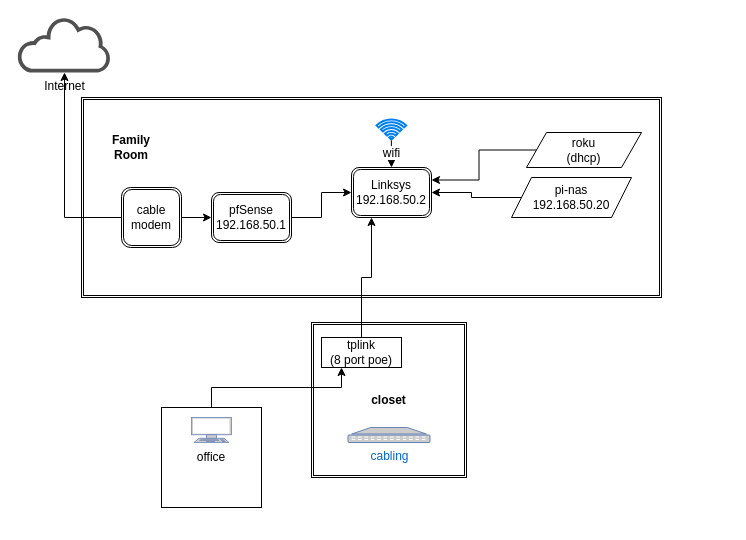
The draw.io diagram page "current" (1 of 2) of files/home_network_diagram.drawio in nag-champa/ansible_home_network, before the edit. Source tidied: cells renumbered, new cells numbered last; positions are measured from the earlier drawing's top-left corner, leaving out a move shared by most shapes. Both pictures are drawn from the tidied source at 100%, with x=0, y=0 at pixel (17, 17).
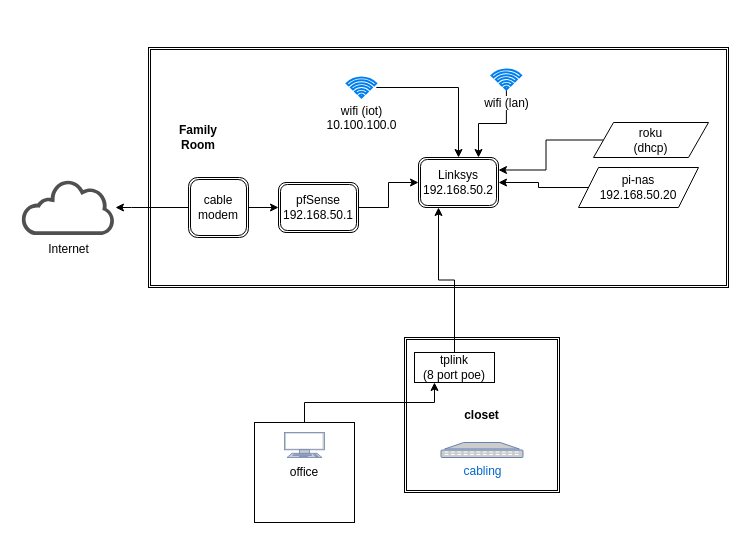
Above is the later version.

Commit message:
added iot wifi network

Change to the diagram source:
```diff
@@
     <mxCell id="2" style="shape=ext;double=1;rounded=0;whiteSpace=wrap;html=1;align=left;" parent="1" vertex="1">
-      <mxGeometry x="64" y="80" width="580" height="200" as="geometry" />
+      <mxGeometry x="131" y="30" width="580" height="240" as="geometry" />
     </mxCell>
     <mxCell id="3" value="&lt;b&gt;closet&lt;/b&gt;" style="shape=ext;double=1;whiteSpace=wrap;html=1;" parent="1" vertex="1">
-      <mxGeometry x="294" y="305" width="155" height="155" as="geometry" />
+      <mxGeometry x="387" y="320" width="155" height="155" as="geometry" />
     </mxCell>
@@
     <mxCell id="5" style="edgeStyle=orthogonalEdgeStyle;rounded=0;jettySize=auto;html=1;" parent="1" edge="1" source="6" target="20">
       <mxGeometry relative="1" as="geometry">
         <Array as="points">
-          <mxPoint x="47" y="200" />
+          <mxPoint x="114" y="190" />
         </Array>
       </mxGeometry>
     </mxCell>
     <mxCell id="6" value="cable&lt;br&gt;modem" style="shape=ext;double=1;rounded=1;whiteSpace=wrap;html=1;" parent="1" vertex="1">
-      <mxGeometry x="104" y="170" width="60" height="60" as="geometry" />
+      <mxGeometry x="171" y="160" width="60" height="60" as="geometry" />
     </mxCell>
@@
     <mxCell id="8" value="pfSense&lt;br&gt;192.168.50.1" style="shape=ext;double=1;rounded=1;whiteSpace=wrap;html=1;" parent="1" vertex="1">
-      <mxGeometry x="194" y="175" width="80" height="50" as="geometry" />
+      <mxGeometry x="261" y="165" width="80" height="50" as="geometry" />
     </mxCell>
     <mxCell id="9" value="Linksys&lt;br&gt;192.168.50.2" style="shape=ext;double=1;rounded=1;whiteSpace=wrap;html=1;" parent="1" vertex="1">
-      <mxGeometry x="334" y="150" width="80" height="50" as="geometry" />
+      <mxGeometry x="401" y="140" width="80" height="50" as="geometry" />
     </mxCell>
@@
     <mxCell id="11" value="tplink&lt;br&gt;(8 port poe)" style="rounded=1;whiteSpace=wrap;html=1;arcSize=0;" parent="1" vertex="1">
-      <mxGeometry x="304" y="320" width="80" height="30" as="geometry" />
+      <mxGeometry x="397" y="335" width="80" height="30" as="geometry" />
     </mxCell>
@@
     <mxCell id="13" value="office" style="whiteSpace=wrap;html=1;" parent="1" vertex="1">
-      <mxGeometry x="144" y="390" width="100" height="100" as="geometry" />
+      <mxGeometry x="237" y="405" width="100" height="100" as="geometry" />
     </mxCell>
@@
     <mxCell id="15" value="roku&lt;br&gt;(dhcp)" style="shape=parallelogram;perimeter=parallelogramPerimeter;whiteSpace=wrap;html=1;fixedSize=1;" parent="1" vertex="1">
-      <mxGeometry x="509" y="115" width="115" height="35" as="geometry" />
+      <mxGeometry x="576" y="105" width="115" height="35" as="geometry" />
     </mxCell>
@@
     <mxCell id="18" value="pi-nas&lt;br&gt;192.168.50.20" style="shape=parallelogram;perimeter=parallelogramPerimeter;whiteSpace=wrap;html=1;fixedSize=1;" parent="1" vertex="1">
-      <mxGeometry x="494" y="160" width="120" height="40" as="geometry" />
+      <mxGeometry x="561" y="150" width="120" height="40" as="geometry" />
     </mxCell>
     <mxCell id="19" value="Family Room" style="text;html=1;strokeColor=none;fillColor=none;align=center;verticalAlign=middle;whiteSpace=wrap;rounded=0;fontStyle=1;" parent="1" vertex="1">
-      <mxGeometry x="94" y="120" width="40" height="20" as="geometry" />
+      <mxGeometry x="161" y="110" width="40" height="20" as="geometry" />
     </mxCell>
     <mxCell id="20" value="Internet" style="shadow=0;dashed=0;html=1;strokeColor=none;fillColor=#505050;labelPosition=center;verticalLabelPosition=bottom;outlineConnect=0;verticalAlign=top;align=center;shape=mxgraph.office.clouds.cloud;" parent="1" vertex="1">
-      <mxGeometry width="94" height="55" as="geometry" />
+      <mxGeometry x="4" y="162.5" width="94" height="55" as="geometry" />
     </mxCell>
     <mxCell id="21" style="fontColor=#0066CC;verticalAlign=top;verticalLabelPosition=bottom;labelPosition=center;align=center;html=1;fillColor=#CCCCCC;strokeColor=#6881B3;gradientColor=none;gradientDirection=north;strokeWidth=2;shape=mxgraph.networks.terminal;" parent="1" vertex="1">
-      <mxGeometry x="174" y="400" width="40" height="25" as="geometry" />
+      <mxGeometry x="267" y="415" width="40" height="25" as="geometry" />
     </mxCell>
     <mxCell id="22" value="cabling" style="fontColor=#0066CC;verticalAlign=top;verticalLabelPosition=bottom;labelPosition=center;align=center;html=1;fillColor=#CCCCCC;strokeColor=#6881B3;gradientColor=none;gradientDirection=north;strokeWidth=2;shape=mxgraph.networks.patch_panel;" parent="1" vertex="1">
-      <mxGeometry x="330.5" y="410" width="82" height="15" as="geometry" />
+      <mxGeometry x="423.5" y="425" width="82" height="15" as="geometry" />
     </mxCell>
-    <mxCell id="23" style="edgeStyle=orthogonalEdgeStyle;rounded=0;jettySize=auto;html=1;" parent="1" edge="1" source="24" target="9">
+    <mxCell id="23" style="edgeStyle=orthogonalEdgeStyle;rounded=0;jettySize=auto;html=1;entryX=0.75;entryY=0;entryDx=0;entryDy=0;" parent="1" edge="1" source="24" target="9">
       <mxGeometry relative="1" as="geometry" />
     </mxCell>
-    <mxCell id="24" value="wifi" style="html=1;verticalLabelPosition=bottom;align=center;labelBackgroundColor=#ffffff;verticalAlign=top;strokeWidth=2;strokeColor=#0080F0;shadow=0;dashed=0;shape=mxgraph.ios7.icons.wifi;" parent="1" vertex="1">
-      <mxGeometry x="359" y="102" width="29.7" height="20" as="geometry" />
+    <mxCell id="24" value="wifi (lan)" style="html=1;verticalLabelPosition=bottom;align=center;labelBackgroundColor=#ffffff;verticalAlign=top;strokeWidth=2;strokeColor=#0080F0;shadow=0;dashed=0;shape=mxgraph.ios7.icons.wifi;" parent="1" vertex="1">
+      <mxGeometry x="474" y="52" width="29.7" height="20" as="geometry" />
     </mxCell>
+    <mxCell id="25" style="edgeStyle=orthogonalEdgeStyle;rounded=0;jettySize=auto;html=1;fontColor=#080808;" parent="1" edge="1" source="26" target="9">
+      <mxGeometry relative="1" as="geometry" />
+    </mxCell>
+    <mxCell id="26" value="wifi (iot)&lt;br&gt;10.100.100.0" style="html=1;verticalLabelPosition=bottom;align=center;labelBackgroundColor=#ffffff;verticalAlign=top;strokeWidth=2;strokeColor=#0080F0;shadow=0;dashed=0;shape=mxgraph.ios7.icons.wifi;" parent="1" vertex="1">
+      <mxGeometry x="329.1" y="60" width="29.7" height="20" as="geometry" />
+    </mxCell>
```
